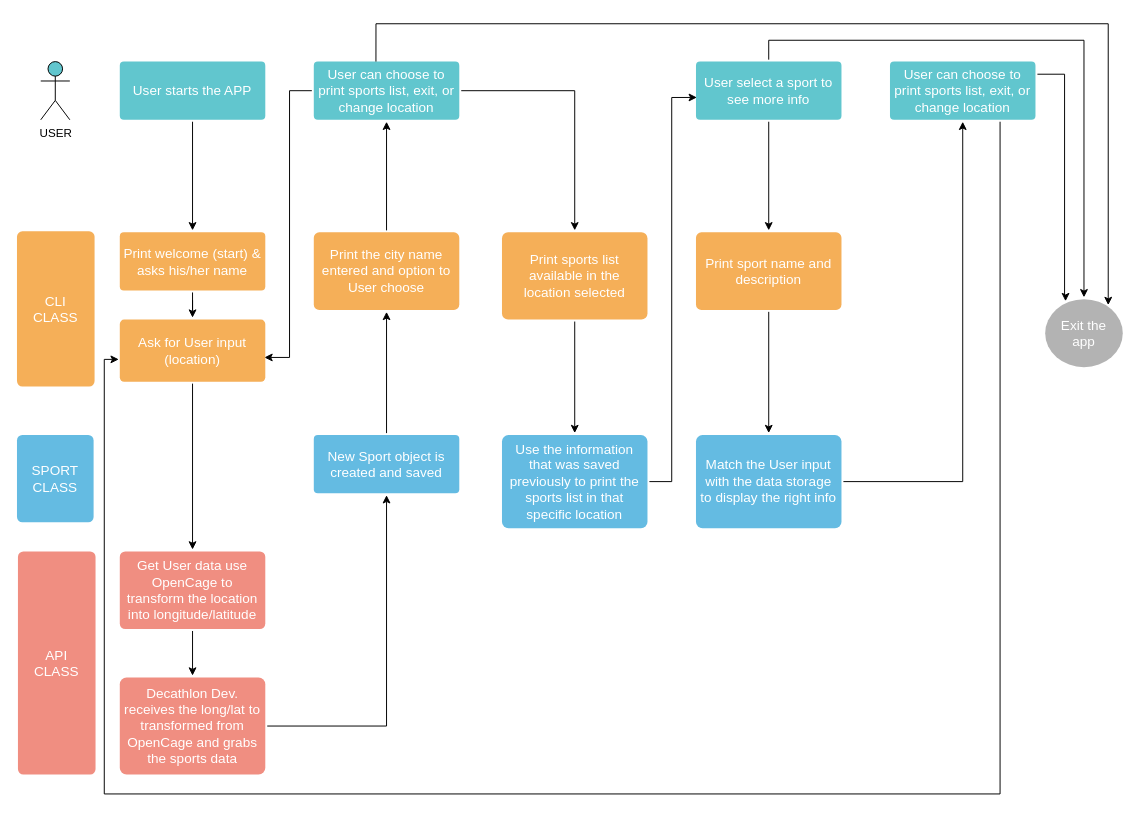
This is Untitled Diagram.drawio from luciana-lab/sports_cli, a draw.io file, before an edit. Source tidied: cells renumbered, new cells numbered last; positions are measured from the earlier drawing's top-left corner, leaving out a move shared by most shapes. Both pictures are drawn from the tidied source at 97%, with x=0, y=0 at pixel (16, 23).
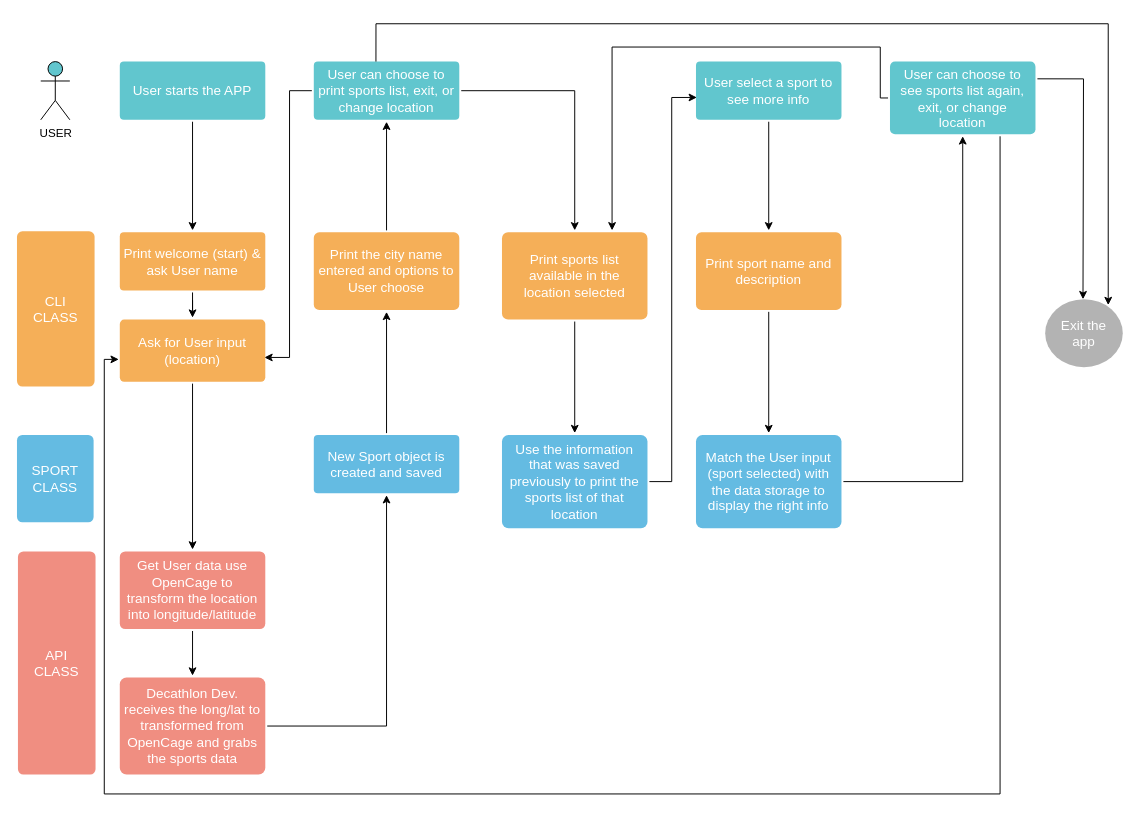
After the change.

The change refers to these unchanged cells:
```xml
<mxCell id="18" value="Print sports list available in the location selected" style="rounded=1;whiteSpace=wrap;html=1;shadow=0;labelBackgroundColor=none;strokeColor=none;strokeWidth=3;fillColor=#f5af58;fontFamily=Helvetica;fontSize=14;fontColor=#FFFFFF;align=center;spacing=5;arcSize=7;perimeterSpacing=2;" parent="1" vertex="1">
  <mxGeometry x="500" y="215" width="150" height="90" as="geometry" />
</mxCell>
<mxCell id="21" value="User select a sport to see more info" style="rounded=1;whiteSpace=wrap;html=1;shadow=0;labelBackgroundColor=none;strokeColor=none;strokeWidth=3;fillColor=#61c6ce;fontFamily=Helvetica;fontSize=14;fontColor=#FFFFFF;align=center;spacing=5;fontStyle=0;arcSize=7;perimeterSpacing=2;" parent="1" vertex="1">
  <mxGeometry x="700" y="39" width="150" height="60" as="geometry" />
</mxCell>
<mxCell id="34" value="Exit the app" style="ellipse;whiteSpace=wrap;html=1;shadow=0;labelBackgroundColor=none;strokeColor=none;strokeWidth=3;fillColor=#B3B3B3;fontFamily=Helvetica;fontSize=14;fontColor=#FFFFFF;align=center;spacing=5;fontStyle=0;arcSize=7;perimeterSpacing=2;" parent="1" vertex="1">
  <mxGeometry x="1060" y="284" width="80" height="70" as="geometry" />
</mxCell>
```

The edit, as a diff of the source:
```diff
@@
-    <mxCell id="7" value="Print welcome (start) &amp;amp; asks his/her name" style="rounded=1;whiteSpace=wrap;html=1;shadow=0;labelBackgroundColor=none;strokeColor=none;strokeWidth=3;fillColor=#f5af58;fontFamily=Helvetica;fontSize=14;fontColor=#FFFFFF;align=center;spacing=5;arcSize=7;perimeterSpacing=2;" parent="1" vertex="1">
+    <mxCell id="7" value="Print welcome (start) &amp;amp; ask User name" style="rounded=1;whiteSpace=wrap;html=1;shadow=0;labelBackgroundColor=none;strokeColor=none;strokeWidth=3;fillColor=#f5af58;fontFamily=Helvetica;fontSize=14;fontColor=#FFFFFF;align=center;spacing=5;arcSize=7;perimeterSpacing=2;" parent="1" vertex="1">
       <mxGeometry x="106" y="215" width="150" height="60" as="geometry" />
     </mxCell>
@@
-    <mxCell id="11" value="Print the city name entered and option to User choose" style="rounded=1;whiteSpace=wrap;html=1;shadow=0;labelBackgroundColor=none;strokeColor=none;strokeWidth=3;fillColor=#f5af58;fontFamily=Helvetica;fontSize=14;fontColor=#FFFFFF;align=center;spacing=5;arcSize=7;perimeterSpacing=2;" parent="1" vertex="1">
+    <mxCell id="11" value="Print the city name entered and options to User choose" style="rounded=1;whiteSpace=wrap;html=1;shadow=0;labelBackgroundColor=none;strokeColor=none;strokeWidth=3;fillColor=#f5af58;fontFamily=Helvetica;fontSize=14;fontColor=#FFFFFF;align=center;spacing=5;arcSize=7;perimeterSpacing=2;" parent="1" vertex="1">
       <mxGeometry x="306" y="215" width="150" height="80" as="geometry" />
     </mxCell>
@@
-    <mxCell id="20" style="edgeStyle=orthogonalEdgeStyle;rounded=0;jettySize=auto;html=1;entryX=0.5;entryY=0;entryDx=0;entryDy=0;" parent="1" edge="1" source="21" target="34">
-      <mxGeometry relative="1" as="geometry">
-        <Array as="points">
-          <mxPoint x="775" y="17" />
-          <mxPoint x="1100" y="17" />
-        </Array>
-      </mxGeometry>
-    </mxCell>
@@
-    <mxCell id="23" value="Use the information that was saved previously to print the sports list in that specific location" style="rounded=1;whiteSpace=wrap;html=1;shadow=0;labelBackgroundColor=none;strokeColor=none;strokeWidth=3;fillColor=#64bbe2;fontFamily=Helvetica;fontSize=14;fontColor=#FFFFFF;align=center;spacing=5;arcSize=7;perimeterSpacing=2;" parent="1" vertex="1">
+    <mxCell id="23" value="Use the information that was saved previously to print the sports list of that location" style="rounded=1;whiteSpace=wrap;html=1;shadow=0;labelBackgroundColor=none;strokeColor=none;strokeWidth=3;fillColor=#64bbe2;fontFamily=Helvetica;fontSize=14;fontColor=#FFFFFF;align=center;spacing=5;arcSize=7;perimeterSpacing=2;" parent="1" vertex="1">
       <mxGeometry x="500" y="424" width="150" height="96" as="geometry" />
     </mxCell>
@@
-    <mxCell id="27" value="Match the User input with the data storage to display the right info" style="rounded=1;whiteSpace=wrap;html=1;shadow=0;labelBackgroundColor=none;strokeColor=none;strokeWidth=3;fillColor=#64bbe2;fontFamily=Helvetica;fontSize=14;fontColor=#FFFFFF;align=center;spacing=5;arcSize=7;perimeterSpacing=2;" parent="1" vertex="1">
+    <mxCell id="27" value="Match the User input (sport selected) with the data storage to display the right info" style="rounded=1;whiteSpace=wrap;html=1;shadow=0;labelBackgroundColor=none;strokeColor=none;strokeWidth=3;fillColor=#64bbe2;fontFamily=Helvetica;fontSize=14;fontColor=#FFFFFF;align=center;spacing=5;arcSize=7;perimeterSpacing=2;" parent="1" vertex="1">
       <mxGeometry x="700" y="424" width="150" height="96" as="geometry" />
     </mxCell>
-    <mxCell id="28" style="edgeStyle=orthogonalEdgeStyle;rounded=0;orthogonalLoop=1;jettySize=auto;html=1;entryX=0.274;entryY=0.088;entryDx=0;entryDy=0;entryPerimeter=0;" parent="1" edge="1">
+    <mxCell id="28" style="edgeStyle=orthogonalEdgeStyle;rounded=0;jettySize=auto;html=1;entryX=0.274;entryY=0.088;entryDx=0;entryDy=0;entryPerimeter=0;exitX=1;exitY=0.25;exitDx=0;exitDy=0;" parent="1" edge="1" source="30">
       <mxGeometry relative="1" as="geometry">
-        <mxPoint x="1052" y="52" as="sourcePoint" />
-        <mxPoint x="1081" y="286" as="targetPoint" />
-        <Array as="points">
-          <mxPoint x="1080" y="52" />
-          <mxPoint x="1080" y="280" />
-          <mxPoint x="1081" y="280" />
-        </Array>
+        <mxPoint x="1099" y="284" as="targetPoint" />
       </mxGeometry>
     </mxCell>
@@
+    <mxCell id="39" style="edgeStyle=orthogonalEdgeStyle;rounded=0;jettySize=auto;html=1;exitX=0;exitY=0.5;exitDx=0;exitDy=0;entryX=0.75;entryY=0;entryDx=0;entryDy=0;" parent="1" edge="1" source="30" target="18">
+      <mxGeometry relative="1" as="geometry">
+        <Array as="points">
+          <mxPoint x="890" y="77" />
+          <mxPoint x="890" y="24" />
+          <mxPoint x="614" y="24" />
+        </Array>
+      </mxGeometry>
+    </mxCell>
-    <mxCell id="30" value="User can choose to print sports list, exit, or change location" style="rounded=1;whiteSpace=wrap;html=1;shadow=0;labelBackgroundColor=none;strokeColor=none;strokeWidth=3;fillColor=#61c6ce;fontFamily=Helvetica;fontSize=14;fontColor=#FFFFFF;align=center;spacing=5;fontStyle=0;arcSize=7;perimeterSpacing=2;" parent="1" vertex="1">
-      <mxGeometry x="900" y="39" width="150" height="60" as="geometry" />
+    <mxCell id="30" value="User can choose to see sports list again, exit, or change location" style="rounded=1;whiteSpace=wrap;html=1;shadow=0;labelBackgroundColor=none;strokeColor=none;strokeWidth=3;fillColor=#61c6ce;fontFamily=Helvetica;fontSize=14;fontColor=#FFFFFF;align=center;spacing=5;fontStyle=0;arcSize=7;perimeterSpacing=2;" parent="1" vertex="1">
+      <mxGeometry x="900" y="39" width="150" height="75" as="geometry" />
     </mxCell>
```
